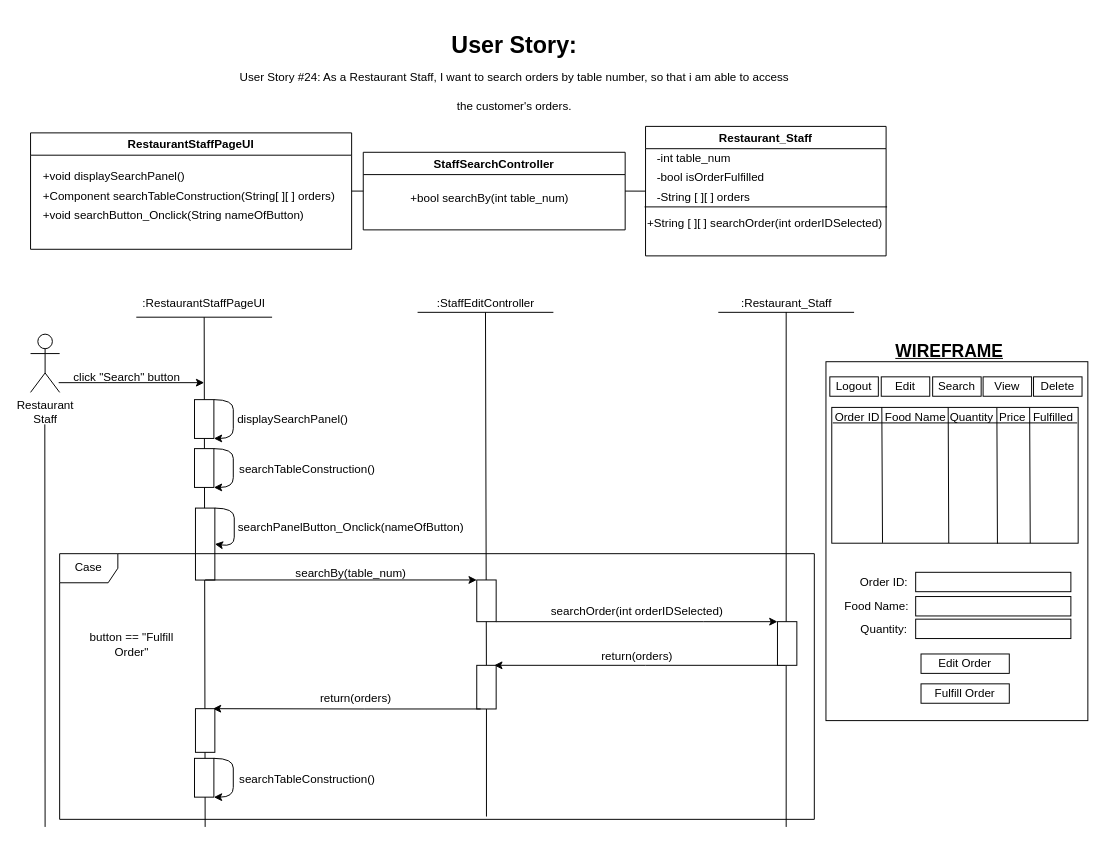
This is BCE_UML_and_Diagrams/RestaurantStaff_Search/UserStory#24_RestaurantStaff_Search.drawio from extred5700/JAVAGUI-Restaurant-Table-Order-System, a draw.io file, before an edit. Source tidied: cells renumbered, new cells numbered last; positions are measured from the earlier drawing's top-left corner, leaving out a move shared by most shapes. Both pictures are drawn from the tidied source at 97%, with x=0, y=0 at pixel (30, 26).
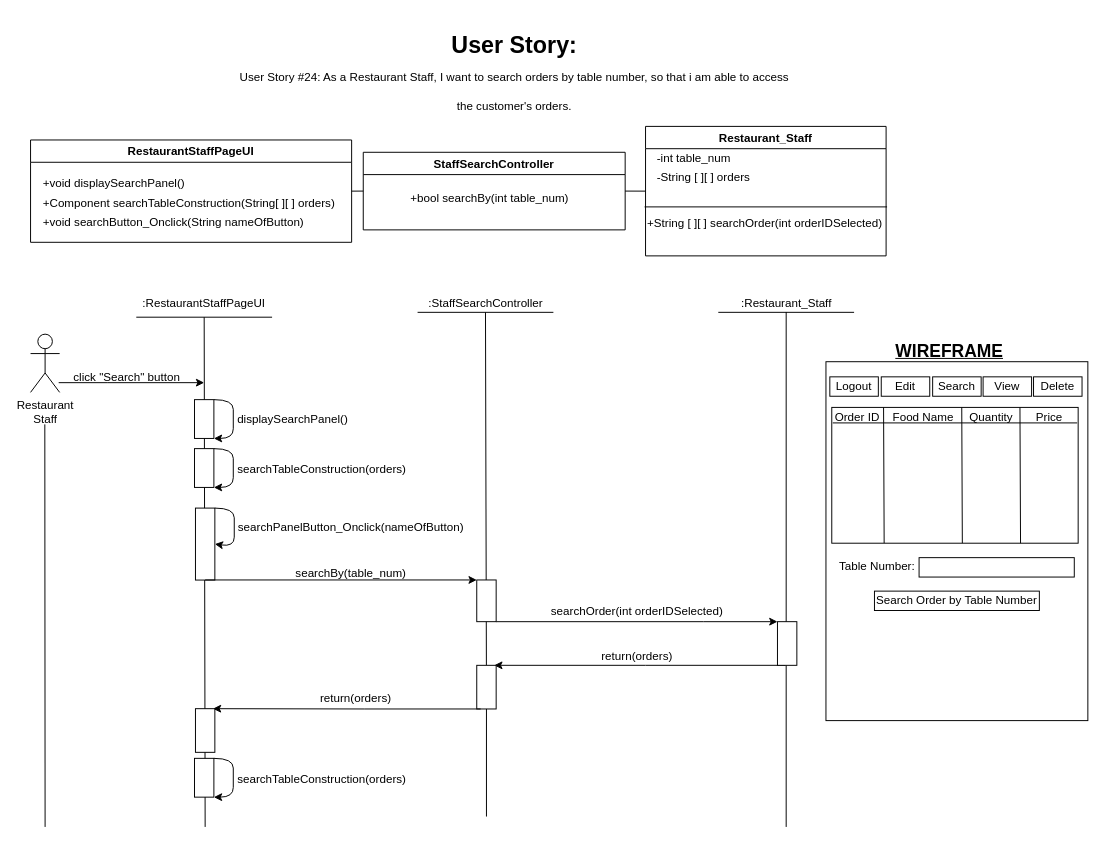
The same diagram, later.

Unchanged cells that the change refers to:
```xml
<mxCell id="12" value="Restaurant_Staff" style="swimlane;" parent="1" vertex="1">
  <mxGeometry x="634" y="102.8" width="248" height="133.5" as="geometry" />
</mxCell>
```

Change to the diagram source:
```diff
@@
-    <mxCell id="5" value="Case" style="shape=umlFrame;whiteSpace=wrap;html=1;" parent="1" vertex="1">
-      <mxGeometry x="30" y="543.3" width="778" height="273.9" as="geometry" />
-    </mxCell>
     <mxCell id="6" value="RestaurantStaffPageUI" style="swimlane;" parent="1" vertex="1">
-      <mxGeometry y="109.5" width="331" height="120" as="geometry" />
+      <mxGeometry y="116.8" width="331" height="105.5" as="geometry" />
     </mxCell>
@@
-    <mxCell id="14" value="-bool isOrderFulfilled" style="text;html=1;align=left;verticalAlign=middle;strokeColor=none;fillColor=none;" parent="12" vertex="1">
-      <mxGeometry x="10" y="43" width="130" height="20" as="geometry" />
-    </mxCell>
@@
     <mxCell id="17" value="-String [ ][ ] orders" style="text;html=1;align=left;verticalAlign=middle;strokeColor=none;fillColor=none;" parent="12" vertex="1">
-      <mxGeometry x="10" y="63" width="110" height="20" as="geometry" />
+      <mxGeometry x="10" y="43" width="110" height="20" as="geometry" />
     </mxCell>
@@
-    <mxCell id="23" value=":StaffEditController" style="text;html=1;align=center;verticalAlign=middle;points=[];strokeColor=none;fillColor=none;" parent="1" vertex="1">
-      <mxGeometry x="409" y="274.5" width="120" height="20" as="geometry" />
+    <mxCell id="23" value=":StaffSearchController" style="text;html=1;align=center;verticalAlign=middle;points=[];strokeColor=none;fillColor=none;" parent="1" vertex="1">
+      <mxGeometry x="404" y="274.5" width="130" height="20" as="geometry" />
     </mxCell>
@@
-    <mxCell id="41" value="Order ID:" style="text;html=1;strokeColor=none;fillColor=none;align=center;verticalAlign=middle;whiteSpace=wrap;rounded=0;" parent="1" vertex="1">
-      <mxGeometry x="849.5" y="557.5" width="60" height="30" as="geometry" />
-    </mxCell>
-    <mxCell id="42" value="Food Name:" style="text;html=1;strokeColor=none;fillColor=none;align=center;verticalAlign=middle;whiteSpace=wrap;rounded=0;" parent="1" vertex="1">
-      <mxGeometry x="835.2" y="582.5" width="74.5" height="30" as="geometry" />
-    </mxCell>
-    <mxCell id="43" style="rounded=0;whiteSpace=wrap;html=1;" parent="1" vertex="1">
-      <mxGeometry x="912.5" y="562.5" width="160" height="20" as="geometry" />
-    </mxCell>
-    <mxCell id="44" style="rounded=0;whiteSpace=wrap;html=1;" parent="1" vertex="1">
-      <mxGeometry x="912.5" y="587.5" width="160" height="20" as="geometry" />
-    </mxCell>
-    <mxCell id="45" value="Edit Order" style="rounded=0;whiteSpace=wrap;html=1;" parent="1" vertex="1">
-      <mxGeometry x="918" y="646.7" width="91" height="20" as="geometry" />
+    <mxCell id="45" value="Search Order by Table Number" style="rounded=0;whiteSpace=wrap;html=1;" parent="1" vertex="1">
+      <mxGeometry x="870" y="581.9" width="170" height="20" as="geometry" />
     </mxCell>
@@
-    <mxCell id="55" value="Quantity:" style="text;html=1;strokeColor=none;fillColor=none;align=center;verticalAlign=middle;whiteSpace=wrap;rounded=0;" parent="1" vertex="1">
-      <mxGeometry x="842.5" y="607.5" width="74" height="28.3" as="geometry" />
+    <mxCell id="55" value="Table Number:" style="text;html=1;strokeColor=none;fillColor=none;align=center;verticalAlign=middle;whiteSpace=wrap;rounded=0;" parent="1" vertex="1">
+      <mxGeometry x="830" y="543.3" width="86" height="28.3" as="geometry" />
     </mxCell>
     <mxCell id="56" style="rounded=0;whiteSpace=wrap;html=1;" parent="1" vertex="1">
-      <mxGeometry x="912.5" y="610.8" width="160" height="20" as="geometry" />
+      <mxGeometry x="916" y="547.4" width="160" height="20" as="geometry" />
     </mxCell>
-    <mxCell id="57" value="Fulfill Order" style="rounded=0;whiteSpace=wrap;html=1;" parent="1" vertex="1">
-      <mxGeometry x="918" y="677.5" width="91" height="20" as="geometry" />
-    </mxCell>
@@
     <mxCell id="59" value="Food Name" style="text;html=1;align=center;verticalAlign=middle;strokeColor=none;fillColor=none;" parent="1" vertex="1">
-      <mxGeometry x="872" y="392.5" width="80" height="20" as="geometry" />
+      <mxGeometry x="880" y="392.5" width="80" height="20" as="geometry" />
     </mxCell>
     <mxCell id="60" value="Quantity" style="text;html=1;align=center;verticalAlign=middle;strokeColor=none;fillColor=none;" parent="1" vertex="1">
-      <mxGeometry x="940" y="392.5" width="60" height="20" as="geometry" />
+      <mxGeometry x="960" y="392.5" width="60" height="20" as="geometry" />
     </mxCell>
     <mxCell id="61" value="Price" style="text;html=1;align=center;verticalAlign=middle;strokeColor=none;fillColor=none;" parent="1" vertex="1">
-      <mxGeometry x="992" y="392.5" width="40" height="20" as="geometry" />
+      <mxGeometry x="1030" y="392.5" width="40" height="20" as="geometry" />
     </mxCell>
-    <mxCell id="62" value="Fulfilled" style="text;html=1;align=center;verticalAlign=middle;strokeColor=none;fillColor=none;" parent="1" vertex="1">
-      <mxGeometry x="1024" y="392.5" width="60" height="20" as="geometry" />
-    </mxCell>
     <mxCell id="63" style="endArrow=none;html=1;rounded=0;entryX=0.033;entryY=-0.067;entryDx=0;entryDy=0;entryPerimeter=0;exitX=0.194;exitY=0.99;exitDx=0;exitDy=0;exitPerimeter=0;" parent="1" edge="1">
       <mxGeometry relative="1" as="geometry">
-        <mxPoint x="878.3" y="532.1" as="sourcePoint" />
-        <mxPoint x="877.6" y="392.2" as="targetPoint" />
+        <mxPoint x="880" y="532.4" as="sourcePoint" />
+        <mxPoint x="879.4" y="392.5" as="targetPoint" />
       </mxGeometry>
     </mxCell>
     <mxCell id="64" style="endArrow=none;html=1;rounded=0;entryX=0.033;entryY=-0.067;entryDx=0;entryDy=0;entryPerimeter=0;exitX=0.194;exitY=0.99;exitDx=0;exitDy=0;exitPerimeter=0;" parent="1" edge="1">
       <mxGeometry relative="1" as="geometry">
-        <mxPoint x="946.6" y="532.4" as="sourcePoint" />
-        <mxPoint x="946" y="392.5" as="targetPoint" />
+        <mxPoint x="960.6" y="532.4" as="sourcePoint" />
+        <mxPoint x="960" y="392.5" as="targetPoint" />
       </mxGeometry>
     </mxCell>
     <mxCell id="65" style="endArrow=none;html=1;rounded=0;entryX=0.033;entryY=-0.067;entryDx=0;entryDy=0;entryPerimeter=0;exitX=0.194;exitY=0.99;exitDx=0;exitDy=0;exitPerimeter=0;" parent="1" edge="1">
       <mxGeometry relative="1" as="geometry">
-        <mxPoint x="996.8" y="532.9" as="sourcePoint" />
-        <mxPoint x="996.2" y="393" as="targetPoint" />
+        <mxPoint x="1020.6" y="532.5" as="sourcePoint" />
+        <mxPoint x="1020" y="392.6" as="targetPoint" />
       </mxGeometry>
     </mxCell>
-    <mxCell id="66" style="endArrow=none;html=1;rounded=0;entryX=0.033;entryY=-0.067;entryDx=0;entryDy=0;entryPerimeter=0;exitX=0.194;exitY=0.99;exitDx=0;exitDy=0;exitPerimeter=0;" parent="1" edge="1">
-      <mxGeometry relative="1" as="geometry">
-        <mxPoint x="1030.6" y="532.5" as="sourcePoint" />
-        <mxPoint x="1030" y="392.6" as="targetPoint" />
-      </mxGeometry>
-    </mxCell>
@@
-    <mxCell id="77" value="&lt;span style=&quot;font-size: 12px&quot;&gt;searchTableConstruction()&lt;/span&gt;" style="text;html=1;align=center;verticalAlign=middle;strokeColor=none;fillColor=none;fontSize=16;" parent="1" vertex="1">
-      <mxGeometry x="205" y="759.3" width="160" height="30" as="geometry" />
+    <mxCell id="77" value="&lt;span style=&quot;font-size: 12px&quot;&gt;searchTableConstruction(orders)&lt;/span&gt;" style="text;html=1;align=center;verticalAlign=middle;strokeColor=none;fillColor=none;fontSize=16;" parent="1" vertex="1">
+      <mxGeometry x="205" y="759.3" width="190" height="30" as="geometry" />
     </mxCell>
@@
-    <mxCell id="79" value="button == &quot;Fulfill Order&quot;" style="text;html=1;strokeColor=none;fillColor=none;align=center;verticalAlign=middle;whiteSpace=wrap;rounded=0;" parent="1" vertex="1">
-      <mxGeometry x="44" y="622.4" width="121" height="30" as="geometry" />
-    </mxCell>
@@
-    <mxCell id="82" value="&lt;span style=&quot;font-size: 12px&quot;&gt;searchTableConstruction()&lt;/span&gt;" style="text;html=1;align=center;verticalAlign=middle;strokeColor=none;fillColor=none;fontSize=16;" parent="1" vertex="1">
-      <mxGeometry x="205" y="440" width="160" height="30" as="geometry" />
+    <mxCell id="82" value="&lt;span style=&quot;font-size: 12px&quot;&gt;searchTableConstruction(orders)&lt;/span&gt;" style="text;html=1;align=center;verticalAlign=middle;strokeColor=none;fillColor=none;fontSize=16;" parent="1" vertex="1">
+      <mxGeometry x="205" y="440" width="190" height="30" as="geometry" />
     </mxCell>
```
